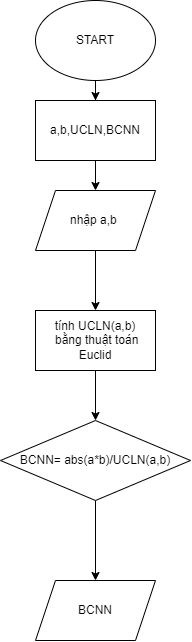
Maihuy211/maivanhuy_eng24C_ngonngulaptrinhC_session01 keeps this draw.io diagram as baitap9.png. Above is the earlier version. Source tidied: cells renumbered, new cells last; positions are measured from the earlier drawing's top-left corner, leaving out a move shared by most shapes.
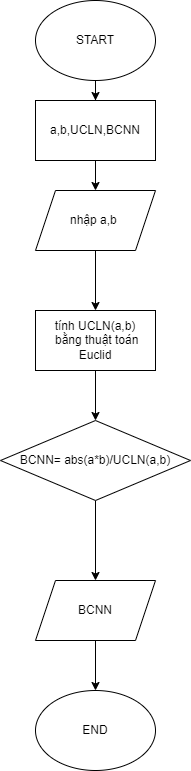
The same file after the commit.

Commit message:
up load baitap9

Diff of the diagram source:
```diff
@@ -26,6 +26,9 @@
     <mxCell id="9" value="BCNN= abs(a*b)/UCLN(a,b)" style="rhombus;whiteSpace=wrap;html=1;" parent="1" vertex="1">
       <mxGeometry y="420" width="190" height="80" as="geometry" />
     </mxCell>
+    <mxCell id="13" style="edgeStyle=orthogonalEdgeStyle;rounded=0;jettySize=auto;html=1;" parent="1" edge="1" source="10" target="14">
+      <mxGeometry relative="1" as="geometry" />
+    </mxCell>
     <mxCell id="10" value="BCNN" style="shape=parallelogram;perimeter=parallelogramPerimeter;whiteSpace=wrap;html=1;fixedSize=1;" parent="1" vertex="1">
       <mxGeometry x="35" y="580" width="120" height="60" as="geometry" />
     </mxCell>
@@ -35,5 +38,8 @@
     <mxCell id="12" value="a,b,UCLN,BCNN" style="rounded=0;whiteSpace=wrap;html=1;" parent="1" vertex="1">
       <mxGeometry x="35" y="100" width="120" height="60" as="geometry" />
     </mxCell>
+    <mxCell id="14" value="END" style="ellipse;whiteSpace=wrap;html=1;" parent="1" vertex="1">
+      <mxGeometry x="35" y="690" width="120" height="80" as="geometry" />
+    </mxCell>
   </root>
 </mxGraphModel>
```
